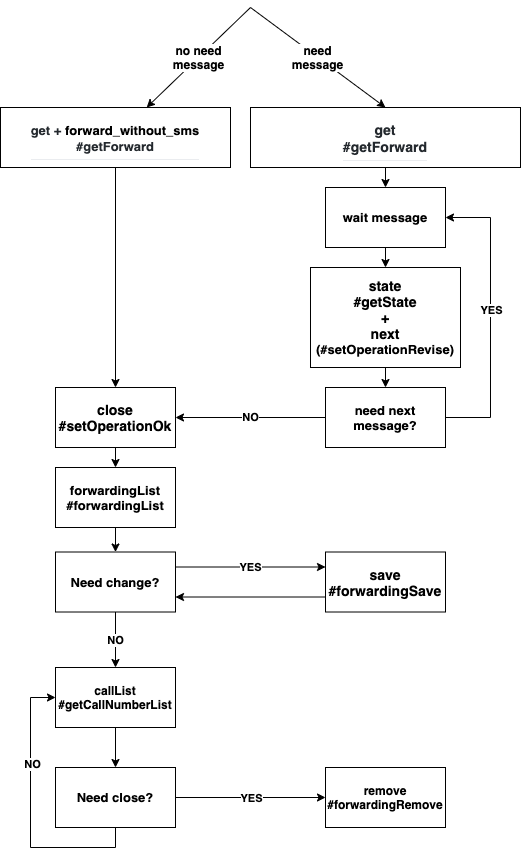
s00d/onlinesim-php-api keeps this draw.io diagram as Diagrams/GetForward.png. Above is the earlier version. Source tidied: cells renumbered, new cells last; positions are measured from the earlier drawing's top-left corner, leaving out a move shared by most shapes.
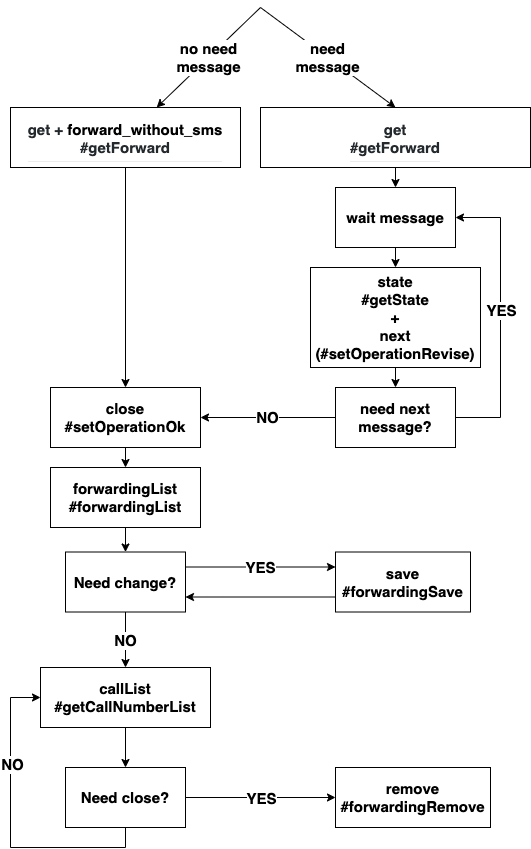
The same file after the commit.

The edit, as a diff of the source:
```diff
@@ -2,135 +2,135 @@
   <root>
     <mxCell id="0" />
     <mxCell id="1" parent="0" />
-    <mxCell id="2" value="&lt;h3 style=&quot;box-sizing: border-box ; margin-top: 24px ; margin-bottom: 16px ; line-height: 1.25 ; padding-bottom: 0.3em ; border-bottom: 1px solid rgb(234 , 236 , 239) ; background-color: rgb(255 , 255 , 255)&quot;&gt;&lt;font color=&quot;#24292e&quot;&gt;get&lt;br&gt;&lt;/font&gt;&lt;font color=&quot;#24292e&quot;&gt;#getForward&lt;/font&gt;&lt;/h3&gt;" style="rounded=0;whiteSpace=wrap;html=1;" parent="1" vertex="1">
+    <mxCell id="2" value="&lt;h3 style=&quot;box-sizing: border-box; margin-top: 24px; margin-bottom: 16px; line-height: 1.25; padding-bottom: 0.3em; border-bottom: 1px solid rgb(234, 236, 239); background-color: rgb(255, 255, 255); font-size: 15px;&quot;&gt;&lt;font color=&quot;#24292e&quot; style=&quot;font-size: 15px;&quot;&gt;get&lt;br style=&quot;font-size: 15px;&quot;&gt;&lt;/font&gt;&lt;font color=&quot;#24292e&quot; style=&quot;font-size: 15px;&quot;&gt;#getForward&lt;/font&gt;&lt;/h3&gt;" style="rounded=0;whiteSpace=wrap;html=1;fontSize=15;" parent="1" vertex="1">
       <mxGeometry x="250" y="100" width="270" height="60" as="geometry" />
     </mxCell>
-    <mxCell id="3" value="&lt;b style=&quot;font-size: 12px&quot;&gt;need&lt;br&gt;message&lt;/b&gt;" style="endArrow=classic;html=1;entryX=0.5;entryY=0;entryDx=0;entryDy=0;" parent="1" edge="1" target="2">
+    <mxCell id="3" value="&lt;b style=&quot;font-size: 15px;&quot;&gt;need&lt;br style=&quot;font-size: 15px;&quot;&gt;message&lt;/b&gt;" style="endArrow=classic;html=1;entryX=0.5;entryY=0;entryDx=0;entryDy=0;fontSize=15;" parent="1" edge="1" target="2">
       <mxGeometry relative="1" as="geometry">
         <mxPoint x="250" as="sourcePoint" />
       </mxGeometry>
     </mxCell>
-    <mxCell id="4" value="&lt;h3 style=&quot;box-sizing: border-box ; margin-top: 24px ; margin-bottom: 16px ; line-height: 1.25 ; padding-bottom: 0.3em ; border-bottom: 1px solid rgb(234 , 236 , 239) ; background-color: rgb(255 , 255 , 255) ; font-size: 13px&quot;&gt;&lt;font color=&quot;#24292e&quot; style=&quot;font-size: 13px&quot;&gt;get +&amp;nbsp;&lt;/font&gt;forward_without_sms&lt;font color=&quot;#24292e&quot; style=&quot;font-size: 13px&quot;&gt;&lt;br&gt;&lt;/font&gt;&lt;font color=&quot;#24292e&quot; style=&quot;font-size: 13px&quot;&gt;#getForward&lt;/font&gt;&lt;/h3&gt;" style="rounded=0;whiteSpace=wrap;html=1;" parent="1" vertex="1">
+    <mxCell id="4" value="&lt;h3 style=&quot;box-sizing: border-box; margin-top: 24px; margin-bottom: 16px; line-height: 1.25; padding-bottom: 0.3em; border-bottom: 1px solid rgb(234, 236, 239); background-color: rgb(255, 255, 255); font-size: 15px;&quot;&gt;&lt;font color=&quot;#24292e&quot; style=&quot;font-size: 15px;&quot;&gt;get +&amp;nbsp;&lt;/font&gt;forward_without_sms&lt;font color=&quot;#24292e&quot; style=&quot;font-size: 15px;&quot;&gt;&lt;br style=&quot;font-size: 15px;&quot;&gt;&lt;/font&gt;&lt;font color=&quot;#24292e&quot; style=&quot;font-size: 15px;&quot;&gt;#getForward&lt;/font&gt;&lt;/h3&gt;" style="rounded=0;whiteSpace=wrap;html=1;fontSize=15;" parent="1" vertex="1">
       <mxGeometry y="100" width="230" height="60" as="geometry" />
     </mxCell>
-    <mxCell id="5" value="&lt;b style=&quot;font-size: 12px&quot;&gt;no need&lt;br&gt;message&lt;/b&gt;" style="endArrow=classic;html=1;" parent="1" edge="1" target="4">
+    <mxCell id="5" value="&lt;b style=&quot;font-size: 15px;&quot;&gt;no need&lt;br style=&quot;font-size: 15px;&quot;&gt;message&lt;/b&gt;" style="endArrow=classic;html=1;fontSize=15;" parent="1" edge="1" target="4">
       <mxGeometry relative="1" as="geometry">
         <mxPoint x="250" as="sourcePoint" />
       </mxGeometry>
     </mxCell>
-    <mxCell id="6" value="&lt;b&gt;&lt;font style=&quot;font-size: 14px&quot;&gt;close #setOperationOk&lt;/font&gt;&lt;/b&gt;" style="rounded=0;whiteSpace=wrap;html=1;" parent="1" vertex="1">
-      <mxGeometry x="55" y="380" width="120" height="60" as="geometry" />
+    <mxCell id="6" value="&lt;b style=&quot;font-size: 15px;&quot;&gt;&lt;font style=&quot;font-size: 15px;&quot;&gt;close #setOperationOk&lt;/font&gt;&lt;/b&gt;" style="rounded=0;whiteSpace=wrap;html=1;fontSize=15;" parent="1" vertex="1">
+      <mxGeometry x="40" y="380" width="150" height="60" as="geometry" />
     </mxCell>
-    <mxCell id="7" style="endArrow=classic;html=1;entryX=0.5;entryY=0;entryDx=0;entryDy=0;exitX=0.5;exitY=1;exitDx=0;exitDy=0;" parent="1" edge="1" source="4" target="6">
+    <mxCell id="7" style="endArrow=classic;html=1;entryX=0.5;entryY=0;entryDx=0;entryDy=0;exitX=0.5;exitY=1;exitDx=0;exitDy=0;fontSize=15;" parent="1" edge="1" source="4" target="6">
       <mxGeometry relative="1" as="geometry" />
     </mxCell>
-    <mxCell id="8" value="&lt;b&gt;&lt;span style=&quot;font-size: 14px&quot;&gt;state&lt;/span&gt;&lt;br&gt;&lt;span style=&quot;font-size: 14px&quot;&gt;#getState&lt;/span&gt;&lt;br&gt;&lt;span style=&quot;font-size: 14px&quot;&gt;+&lt;/span&gt;&lt;br&gt;&lt;span style=&quot;font-size: 14px&quot;&gt;next&lt;br&gt;&lt;/span&gt;&lt;font style=&quot;font-size: 13px&quot;&gt;(#setOperationRevise)&lt;/font&gt;&lt;/b&gt;" style="rounded=0;whiteSpace=wrap;html=1;" parent="1" vertex="1">
-      <mxGeometry x="310" y="260" width="150" height="100" as="geometry" />
+    <mxCell id="8" value="&lt;b style=&quot;font-size: 15px;&quot;&gt;&lt;span style=&quot;font-size: 15px;&quot;&gt;state&lt;/span&gt;&lt;br style=&quot;font-size: 15px;&quot;&gt;&lt;span style=&quot;font-size: 15px;&quot;&gt;#getState&lt;/span&gt;&lt;br style=&quot;font-size: 15px;&quot;&gt;&lt;span style=&quot;font-size: 15px;&quot;&gt;+&lt;/span&gt;&lt;br style=&quot;font-size: 15px;&quot;&gt;&lt;span style=&quot;font-size: 15px;&quot;&gt;next&lt;br style=&quot;font-size: 15px;&quot;&gt;&lt;/span&gt;&lt;font style=&quot;font-size: 15px;&quot;&gt;(#setOperationRevise)&lt;/font&gt;&lt;/b&gt;" style="rounded=0;whiteSpace=wrap;html=1;fontSize=15;" parent="1" vertex="1">
+      <mxGeometry x="300" y="260" width="170" height="100" as="geometry" />
     </mxCell>
-    <mxCell id="9" style="endArrow=classic;html=1;exitX=0.5;exitY=1;exitDx=0;exitDy=0;entryX=0.5;entryY=0;entryDx=0;entryDy=0;" parent="1" edge="1" source="8" target="10">
+    <mxCell id="9" style="endArrow=classic;html=1;exitX=0.5;exitY=1;exitDx=0;exitDy=0;entryX=0.5;entryY=0;entryDx=0;entryDy=0;fontSize=15;" parent="1" edge="1" source="8" target="10">
       <mxGeometry relative="1" as="geometry" />
     </mxCell>
-    <mxCell id="10" value="&lt;b&gt;&lt;font style=&quot;font-size: 13px&quot;&gt;need next message?&lt;/font&gt;&lt;/b&gt;" style="rounded=0;whiteSpace=wrap;html=1;" parent="1" vertex="1">
+    <mxCell id="10" value="&lt;b style=&quot;font-size: 15px;&quot;&gt;&lt;font style=&quot;font-size: 15px;&quot;&gt;need next message?&lt;/font&gt;&lt;/b&gt;" style="rounded=0;whiteSpace=wrap;html=1;fontSize=15;" parent="1" vertex="1">
       <mxGeometry x="325" y="380" width="120" height="60" as="geometry" />
     </mxCell>
-    <mxCell id="11" style="endArrow=none;html=1;exitX=1;exitY=0.5;exitDx=0;exitDy=0;" parent="1" edge="1" source="10">
+    <mxCell id="11" style="endArrow=none;html=1;exitX=1;exitY=0.5;exitDx=0;exitDy=0;fontSize=15;" parent="1" edge="1" source="10">
       <mxGeometry relative="1" as="geometry">
         <mxPoint x="490" y="410" as="targetPoint" />
       </mxGeometry>
     </mxCell>
-    <mxCell id="12" style="endArrow=none;html=1;" parent="1" edge="1">
+    <mxCell id="12" style="endArrow=none;html=1;fontSize=15;" parent="1" edge="1">
       <mxGeometry relative="1" as="geometry">
         <mxPoint x="490" y="410" as="sourcePoint" />
         <mxPoint x="490" y="210" as="targetPoint" />
       </mxGeometry>
     </mxCell>
-    <mxCell id="13" value="&lt;b&gt;YES&lt;/b&gt;" style="edgeLabel;html=1;align=center;verticalAlign=middle;" parent="12" vertex="1">
+    <mxCell id="13" value="&lt;b style=&quot;font-size: 15px;&quot;&gt;YES&lt;/b&gt;" style="edgeLabel;html=1;align=center;verticalAlign=middle;fontSize=15;" parent="12" vertex="1">
       <mxGeometry x="0.11" relative="1" as="geometry">
         <mxPoint y="3" as="offset" />
       </mxGeometry>
     </mxCell>
-    <mxCell id="14" style="endArrow=classic;html=1;entryX=1;entryY=0.5;entryDx=0;entryDy=0;" parent="1" edge="1" target="15">
+    <mxCell id="14" style="endArrow=classic;html=1;entryX=1;entryY=0.5;entryDx=0;entryDy=0;fontSize=15;" parent="1" edge="1" target="15">
       <mxGeometry relative="1" as="geometry">
         <mxPoint x="490" y="210" as="sourcePoint" />
       </mxGeometry>
     </mxCell>
-    <mxCell id="15" value="&lt;span style=&quot;background-color: rgb(255 , 255 , 255)&quot;&gt;&lt;b&gt;&lt;font style=&quot;font-size: 13px&quot;&gt;wait message&lt;/font&gt;&lt;/b&gt;&lt;/span&gt;" style="rounded=0;whiteSpace=wrap;html=1;" parent="1" vertex="1">
+    <mxCell id="15" value="&lt;span style=&quot;background-color: rgb(255, 255, 255); font-size: 15px;&quot;&gt;&lt;b style=&quot;font-size: 15px;&quot;&gt;&lt;font style=&quot;font-size: 15px;&quot;&gt;wait message&lt;/font&gt;&lt;/b&gt;&lt;/span&gt;" style="rounded=0;whiteSpace=wrap;html=1;fontSize=15;" parent="1" vertex="1">
       <mxGeometry x="325" y="180" width="120" height="60" as="geometry" />
     </mxCell>
-    <mxCell id="16" style="endArrow=classic;html=1;exitX=0.5;exitY=1;exitDx=0;exitDy=0;entryX=0.5;entryY=0;entryDx=0;entryDy=0;" parent="1" edge="1" source="2" target="15">
+    <mxCell id="16" style="endArrow=classic;html=1;exitX=0.5;exitY=1;exitDx=0;exitDy=0;entryX=0.5;entryY=0;entryDx=0;entryDy=0;fontSize=15;" parent="1" edge="1" source="2" target="15">
       <mxGeometry relative="1" as="geometry" />
     </mxCell>
-    <mxCell id="17" style="endArrow=classic;html=1;exitX=0.5;exitY=1;exitDx=0;exitDy=0;entryX=0.5;entryY=0;entryDx=0;entryDy=0;" parent="1" edge="1" source="15" target="8">
+    <mxCell id="17" style="endArrow=classic;html=1;exitX=0.5;exitY=1;exitDx=0;exitDy=0;entryX=0.5;entryY=0;entryDx=0;entryDy=0;fontSize=15;" parent="1" edge="1" source="15" target="8">
       <mxGeometry relative="1" as="geometry" />
     </mxCell>
-    <mxCell id="18" value="&lt;b&gt;NO&lt;/b&gt;" style="endArrow=classic;html=1;entryX=1;entryY=0.5;entryDx=0;entryDy=0;exitX=0;exitY=0.5;exitDx=0;exitDy=0;" parent="1" edge="1" source="10" target="6">
+    <mxCell id="18" value="&lt;b style=&quot;font-size: 15px;&quot;&gt;NO&lt;/b&gt;" style="endArrow=classic;html=1;entryX=1;entryY=0.5;entryDx=0;entryDy=0;exitX=0;exitY=0.5;exitDx=0;exitDy=0;fontSize=15;" parent="1" edge="1" source="10" target="6">
       <mxGeometry relative="1" as="geometry" />
     </mxCell>
-    <mxCell id="19" value="&lt;b style=&quot;font-size: 13px&quot;&gt;forwardingList&lt;br&gt;#forwardingList&lt;/b&gt;" style="rounded=0;whiteSpace=wrap;html=1;" parent="1" vertex="1">
-      <mxGeometry x="55" y="460" width="120" height="60" as="geometry" />
+    <mxCell id="19" value="&lt;b style=&quot;font-size: 15px;&quot;&gt;forwardingList&lt;br style=&quot;font-size: 15px;&quot;&gt;#forwardingList&lt;/b&gt;" style="rounded=0;whiteSpace=wrap;html=1;fontSize=15;" parent="1" vertex="1">
+      <mxGeometry x="40" y="460" width="150" height="60" as="geometry" />
     </mxCell>
-    <mxCell id="20" style="endArrow=classic;html=1;exitX=0.5;exitY=1;exitDx=0;exitDy=0;entryX=0.5;entryY=0;entryDx=0;entryDy=0;" parent="1" edge="1" source="6" target="19">
+    <mxCell id="20" style="endArrow=classic;html=1;exitX=0.5;exitY=1;exitDx=0;exitDy=0;entryX=0.5;entryY=0;entryDx=0;entryDy=0;fontSize=15;" parent="1" edge="1" source="6" target="19">
       <mxGeometry relative="1" as="geometry" />
     </mxCell>
-    <mxCell id="21" value="&lt;b&gt;&lt;font style=&quot;font-size: 13px&quot;&gt;Need change?&lt;/font&gt;&lt;/b&gt;" style="rounded=0;whiteSpace=wrap;html=1;" parent="1" vertex="1">
+    <mxCell id="21" value="&lt;b style=&quot;font-size: 15px;&quot;&gt;&lt;font style=&quot;font-size: 15px;&quot;&gt;Need change?&lt;/font&gt;&lt;/b&gt;" style="rounded=0;whiteSpace=wrap;html=1;fontSize=15;" parent="1" vertex="1">
       <mxGeometry x="55" y="544.5" width="120" height="60" as="geometry" />
     </mxCell>
-    <mxCell id="22" value="&lt;b style=&quot;font-size: 14px&quot;&gt;save&lt;br&gt;#forwardingSave&lt;/b&gt;" style="rounded=0;whiteSpace=wrap;html=1;" parent="1" vertex="1">
-      <mxGeometry x="325" y="544.5" width="120" height="60" as="geometry" />
+    <mxCell id="22" value="&lt;b style=&quot;font-size: 15px;&quot;&gt;save&lt;br style=&quot;font-size: 15px;&quot;&gt;#forwardingSave&lt;/b&gt;" style="rounded=0;whiteSpace=wrap;html=1;fontSize=15;" parent="1" vertex="1">
+      <mxGeometry x="325" y="544.5" width="135" height="60" as="geometry" />
     </mxCell>
-    <mxCell id="23" style="endArrow=classic;html=1;exitX=0.5;exitY=1;exitDx=0;exitDy=0;entryX=0.5;entryY=0;entryDx=0;entryDy=0;" parent="1" edge="1" source="19" target="21">
+    <mxCell id="23" style="endArrow=classic;html=1;exitX=0.5;exitY=1;exitDx=0;exitDy=0;entryX=0.5;entryY=0;entryDx=0;entryDy=0;fontSize=15;" parent="1" edge="1" source="19" target="21">
       <mxGeometry relative="1" as="geometry" />
     </mxCell>
-    <mxCell id="24" value="&lt;b&gt;YES&lt;/b&gt;" style="endArrow=classic;html=1;exitX=1;exitY=0.25;exitDx=0;exitDy=0;entryX=0;entryY=0.25;entryDx=0;entryDy=0;" parent="1" edge="1" source="21" target="22">
+    <mxCell id="24" value="&lt;b style=&quot;font-size: 15px;&quot;&gt;YES&lt;/b&gt;" style="endArrow=classic;html=1;exitX=1;exitY=0.25;exitDx=0;exitDy=0;entryX=0;entryY=0.25;entryDx=0;entryDy=0;fontSize=15;" parent="1" edge="1" source="21" target="22">
       <mxGeometry relative="1" as="geometry" />
     </mxCell>
-    <mxCell id="25" value="&lt;b&gt;callList&lt;br&gt;#getCallNumberList&lt;/b&gt;" style="rounded=0;whiteSpace=wrap;html=1;" parent="1" vertex="1">
-      <mxGeometry x="55" y="660" width="120" height="60" as="geometry" />
+    <mxCell id="25" value="&lt;b style=&quot;font-size: 15px;&quot;&gt;callList&lt;br style=&quot;font-size: 15px;&quot;&gt;#getCallNumberList&lt;/b&gt;" style="rounded=0;whiteSpace=wrap;html=1;fontSize=15;" parent="1" vertex="1">
+      <mxGeometry x="30" y="660" width="170" height="60" as="geometry" />
     </mxCell>
-    <mxCell id="26" value="&lt;b&gt;NO&lt;/b&gt;" style="endArrow=classic;html=1;exitX=0.5;exitY=1;exitDx=0;exitDy=0;entryX=0.5;entryY=0;entryDx=0;entryDy=0;" parent="1" edge="1" source="21" target="25">
+    <mxCell id="26" value="&lt;b style=&quot;font-size: 15px;&quot;&gt;NO&lt;/b&gt;" style="endArrow=classic;html=1;exitX=0.5;exitY=1;exitDx=0;exitDy=0;entryX=0.5;entryY=0;entryDx=0;entryDy=0;fontSize=15;" parent="1" edge="1" source="21" target="25">
       <mxGeometry relative="1" as="geometry" />
     </mxCell>
-    <mxCell id="27" style="endArrow=classic;html=1;exitX=0;exitY=0.75;exitDx=0;exitDy=0;entryX=1;entryY=0.75;entryDx=0;entryDy=0;" parent="1" edge="1" source="22" target="21">
+    <mxCell id="27" style="endArrow=classic;html=1;exitX=0;exitY=0.75;exitDx=0;exitDy=0;entryX=1;entryY=0.75;entryDx=0;entryDy=0;fontSize=15;" parent="1" edge="1" source="22" target="21">
       <mxGeometry relative="1" as="geometry" />
     </mxCell>
-    <mxCell id="28" value="&lt;b&gt;&lt;font style=&quot;font-size: 13px&quot;&gt;Need close?&lt;/font&gt;&lt;/b&gt;" style="rounded=0;whiteSpace=wrap;html=1;" parent="1" vertex="1">
+    <mxCell id="28" value="&lt;b style=&quot;font-size: 15px;&quot;&gt;&lt;font style=&quot;font-size: 15px;&quot;&gt;Need close?&lt;/font&gt;&lt;/b&gt;" style="rounded=0;whiteSpace=wrap;html=1;fontSize=15;" parent="1" vertex="1">
       <mxGeometry x="55" y="760" width="120" height="60" as="geometry" />
     </mxCell>
-    <mxCell id="29" style="endArrow=classic;html=1;exitX=0.5;exitY=1;exitDx=0;exitDy=0;entryX=0.5;entryY=0;entryDx=0;entryDy=0;" parent="1" edge="1" source="25" target="28">
+    <mxCell id="29" style="endArrow=classic;html=1;exitX=0.5;exitY=1;exitDx=0;exitDy=0;entryX=0.5;entryY=0;entryDx=0;entryDy=0;fontSize=15;" parent="1" edge="1" source="25" target="28">
       <mxGeometry relative="1" as="geometry" />
     </mxCell>
-    <mxCell id="30" style="endArrow=classic;html=1;entryX=0;entryY=0.5;entryDx=0;entryDy=0;" parent="1" edge="1" target="25">
+    <mxCell id="30" style="endArrow=classic;html=1;entryX=0;entryY=0.5;entryDx=0;entryDy=0;fontSize=15;" parent="1" edge="1" target="25">
       <mxGeometry relative="1" as="geometry">
-        <mxPoint x="30" y="690" as="sourcePoint" />
+        <mxPoint y="690" as="sourcePoint" />
       </mxGeometry>
     </mxCell>
-    <mxCell id="31" style="endArrow=none;html=1;" parent="1" edge="1">
+    <mxCell id="31" style="endArrow=none;html=1;fontSize=15;" parent="1" edge="1">
       <mxGeometry relative="1" as="geometry">
-        <mxPoint x="30" y="840" as="sourcePoint" />
-        <mxPoint x="30" y="690" as="targetPoint" />
+        <mxPoint y="840" as="sourcePoint" />
+        <mxPoint y="690" as="targetPoint" />
       </mxGeometry>
     </mxCell>
-    <mxCell id="32" value="&lt;b&gt;NO&lt;/b&gt;" style="edgeLabel;html=1;align=center;verticalAlign=middle;" parent="31" vertex="1">
+    <mxCell id="32" value="&lt;b style=&quot;font-size: 15px;&quot;&gt;NO&lt;/b&gt;" style="edgeLabel;html=1;align=center;verticalAlign=middle;fontSize=15;" parent="31" vertex="1">
       <mxGeometry x="0.12" y="-1" relative="1" as="geometry" />
     </mxCell>
-    <mxCell id="33" style="endArrow=none;html=1;" parent="1" edge="1">
+    <mxCell id="33" style="endArrow=none;html=1;fontSize=15;" parent="1" edge="1">
       <mxGeometry relative="1" as="geometry">
-        <mxPoint x="30" y="840" as="sourcePoint" />
+        <mxPoint y="840" as="sourcePoint" />
         <mxPoint x="115" y="840" as="targetPoint" />
       </mxGeometry>
     </mxCell>
-    <mxCell id="34" style="endArrow=none;html=1;entryX=0.5;entryY=1;entryDx=0;entryDy=0;" parent="1" edge="1" target="28">
+    <mxCell id="34" style="endArrow=none;html=1;entryX=0.5;entryY=1;entryDx=0;entryDy=0;fontSize=15;" parent="1" edge="1" target="28">
       <mxGeometry relative="1" as="geometry">
         <mxPoint x="115" y="840" as="sourcePoint" />
       </mxGeometry>
     </mxCell>
-    <mxCell id="35" value="&lt;b&gt;remove #forwardingRemove&lt;/b&gt;" style="rounded=0;whiteSpace=wrap;html=1;" parent="1" vertex="1">
-      <mxGeometry x="325" y="760" width="120" height="60" as="geometry" />
+    <mxCell id="35" value="&lt;b style=&quot;font-size: 15px;&quot;&gt;remove #forwardingRemove&lt;/b&gt;" style="rounded=0;whiteSpace=wrap;html=1;fontSize=15;" parent="1" vertex="1">
+      <mxGeometry x="325" y="760" width="155" height="60" as="geometry" />
     </mxCell>
-    <mxCell id="36" style="endArrow=classic;html=1;exitX=1;exitY=0.5;exitDx=0;exitDy=0;entryX=0;entryY=0.5;entryDx=0;entryDy=0;" parent="1" edge="1" source="28" target="35">
+    <mxCell id="36" style="endArrow=classic;html=1;exitX=1;exitY=0.5;exitDx=0;exitDy=0;entryX=0;entryY=0.5;entryDx=0;entryDy=0;fontSize=15;" parent="1" edge="1" source="28" target="35">
       <mxGeometry relative="1" as="geometry" />
     </mxCell>
-    <mxCell id="37" value="&lt;b&gt;YES&lt;/b&gt;" style="edgeLabel;html=1;align=center;verticalAlign=middle;" parent="36" vertex="1">
+    <mxCell id="37" value="&lt;b style=&quot;font-size: 15px;&quot;&gt;YES&lt;/b&gt;" style="edgeLabel;html=1;align=center;verticalAlign=middle;fontSize=15;" parent="36" vertex="1">
       <mxGeometry x="-0.15" y="-3" relative="1" as="geometry">
         <mxPoint x="11" y="-3" as="offset" />
       </mxGeometry>
```
